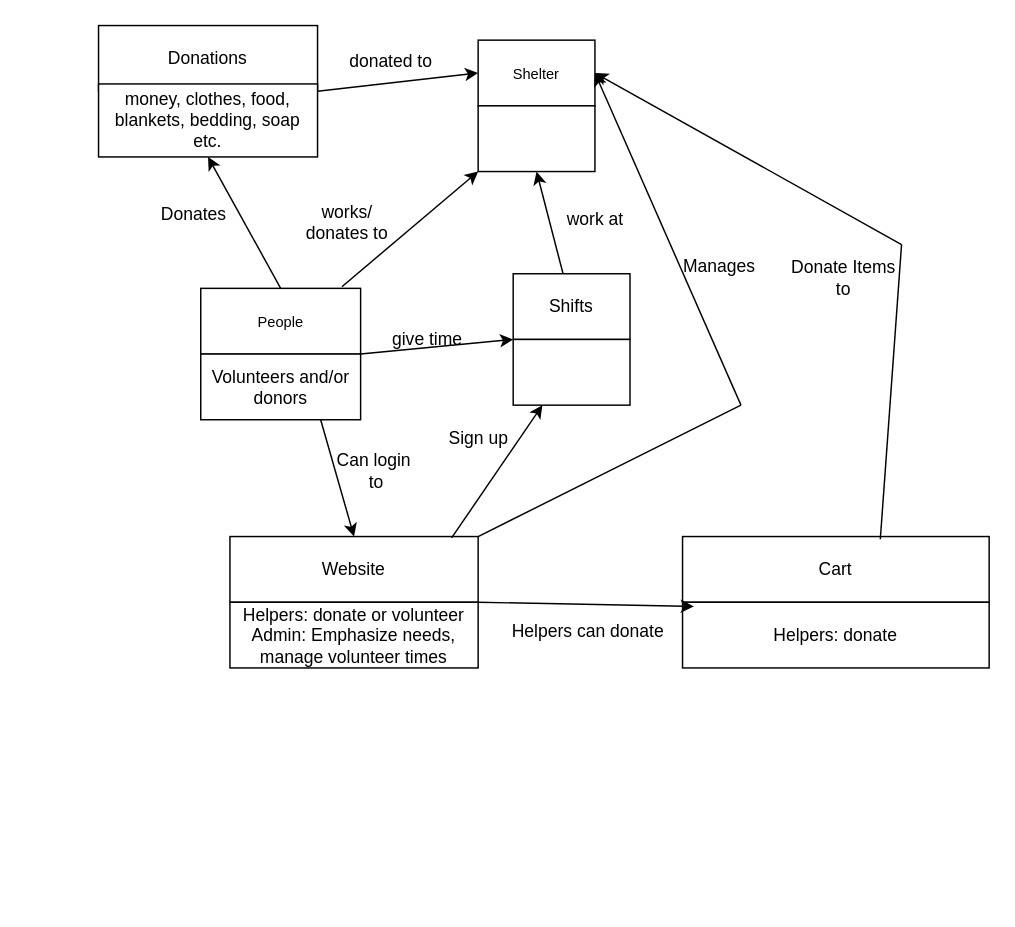
This is DomainAnalysis.drawio from Alex-A-Denny/SWEN-Group-Project, a draw.io file, before an edit. Source tidied: cells renumbered, new cells numbered last; positions are measured from the earlier drawing's top-left corner, leaving out a move shared by most shapes. Both pictures are drawn from the tidied source at 146%, with x=0, y=0 at pixel (98, 25).
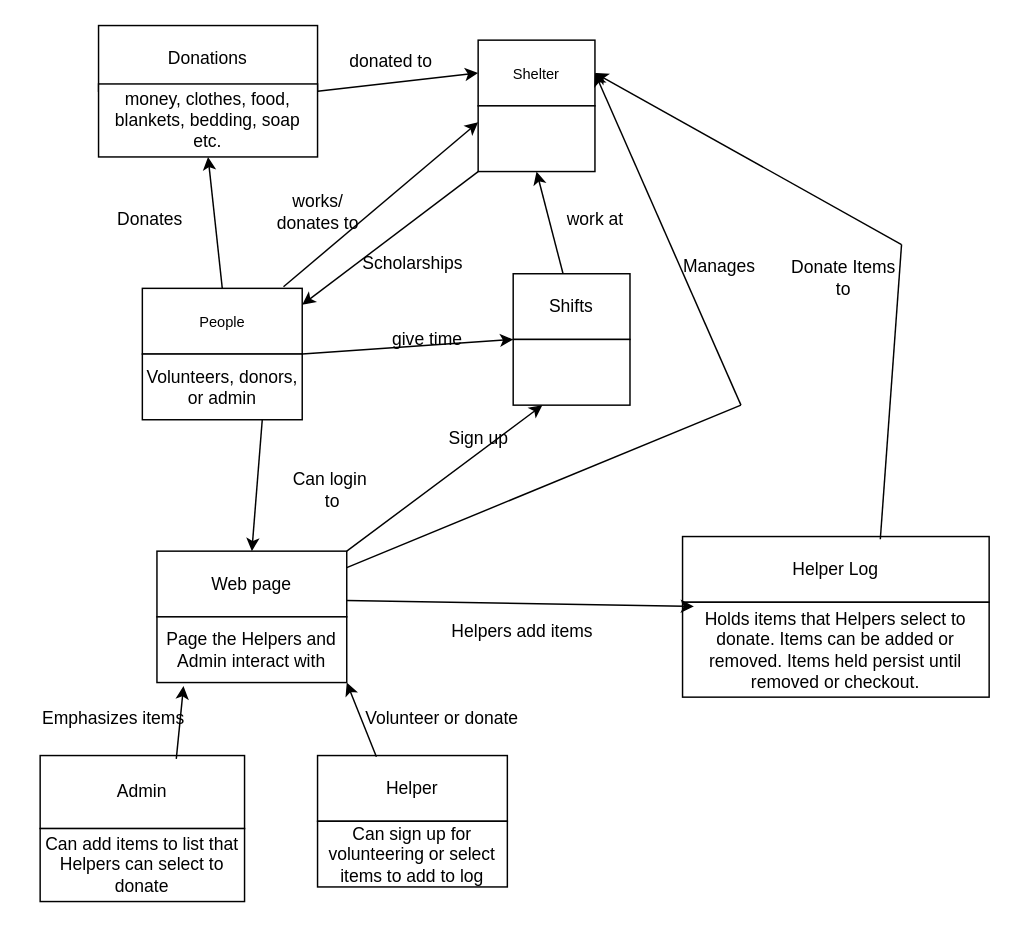
Above is the later version.

Unchanged cells that the change refers to:
```xml
<mxCell id="4" style="rounded=0;whiteSpace=wrap;html=1;" parent="2" vertex="1">
  <mxGeometry y="45" width="80" height="45" as="geometry" />
</mxCell>
<mxCell id="6" value="&lt;font size=&quot;1&quot;&gt;People&lt;/font&gt;" style="rounded=0;whiteSpace=wrap;html=1;" parent="5" vertex="1">
  <mxGeometry width="109.5" height="45" as="geometry" />
</mxCell>
<mxCell id="12" style="rounded=0;whiteSpace=wrap;html=1;" parent="10" vertex="1">
  <mxGeometry y="45" width="80" height="45" as="geometry" />
</mxCell>
```

Diff of the diagram source:
```diff
@@
     <mxCell id="5" style="group;" parent="1" vertex="1">
-      <mxGeometry x="70" y="180" width="130" height="90" as="geometry" />
+      <mxGeometry x="30" y="180" width="130" height="90" as="geometry" />
     </mxCell>
@@
-    <mxCell id="7" value="Volunteers and/or donors" style="rounded=0;whiteSpace=wrap;html=1;" parent="5" vertex="1">
+    <mxCell id="7" value="Volunteers, donors, or admin" style="rounded=0;whiteSpace=wrap;html=1;" parent="5" vertex="1">
       <mxGeometry y="45" width="109.5" height="45" as="geometry" />
     </mxCell>
-    <mxCell id="8" style="endArrow=classic;html=1;rounded=0;exitX=0.883;exitY=-0.025;exitDx=0;exitDy=0;exitPerimeter=0;" parent="1" edge="1" source="6">
-      <mxGeometry relative="1" as="geometry">
-        <mxPoint x="260" y="100" as="targetPoint" />
-      </mxGeometry>
+    <mxCell id="8" style="endArrow=classic;html=1;rounded=0;exitX=0.883;exitY=-0.025;exitDx=0;exitDy=0;exitPerimeter=0;entryX=0;entryY=0.25;entryDx=0;entryDy=0;" parent="1" edge="1" source="6" target="4">
+      <mxGeometry relative="1" as="geometry" />
     </mxCell>
     <mxCell id="9" value="works/&lt;br&gt;donates to" style="text;html=1;align=center;verticalAlign=middle;strokeColor=none;fillColor=none;" parent="1" vertex="1">
-      <mxGeometry x="130" y="115" width="80" height="40" as="geometry" />
+      <mxGeometry x="110" y="108" width="80" height="40" as="geometry" />
     </mxCell>
@@
     <mxCell id="17" value="Donates" style="text;html=1;align=center;verticalAlign=middle;strokeColor=none;fillColor=none;" parent="1" vertex="1">
-      <mxGeometry x="30" y="115" width="70" height="30" as="geometry" />
+      <mxGeometry y="118" width="70" height="30" as="geometry" />
     </mxCell>
@@
-    <mxCell id="24" style="group;" parent="1" vertex="1">
-      <mxGeometry x="90" y="350" width="170" height="90" as="geometry" />
-    </mxCell>
-    <mxCell id="25" value="Website" style="rounded=0;whiteSpace=wrap;html=1;" parent="24" vertex="1">
-      <mxGeometry width="170" height="45" as="geometry" />
-    </mxCell>
-    <mxCell id="26" value="Helpers: donate or volunteer&lt;br style=&quot;border-color: var(--border-color);&quot;&gt;Admin: Emphasize needs, manage volunteer times" style="rounded=0;whiteSpace=wrap;html=1;" parent="24" vertex="1">
-      <mxGeometry y="45" width="170" height="45" as="geometry" />
-    </mxCell>
-    <mxCell id="27" style="endArrow=classic;html=1;rounded=0;exitX=0.75;exitY=1;exitDx=0;exitDy=0;entryX=0.5;entryY=0;entryDx=0;entryDy=0;" parent="1" edge="1" source="7" target="25">
+    <mxCell id="27" style="endArrow=classic;html=1;rounded=0;exitX=0.75;exitY=1;exitDx=0;exitDy=0;entryX=0.5;entryY=0;entryDx=0;entryDy=0;" parent="1" edge="1" source="7" target="45">
       <mxGeometry relative="1" as="geometry" />
     </mxCell>
     <mxCell id="28" value="Can login&amp;nbsp;&lt;br&gt;to" style="text;html=1;align=center;verticalAlign=middle;strokeColor=none;fillColor=none;" parent="1" vertex="1">
-      <mxGeometry x="150" y="285" width="80" height="40" as="geometry" />
+      <mxGeometry x="120" y="298" width="80" height="40" as="geometry" />
     </mxCell>
     <mxCell id="29" style="group;" parent="1" vertex="1">
-      <mxGeometry x="400" y="350" width="210" height="90" as="geometry" />
+      <mxGeometry x="400" y="350" width="210" height="110" as="geometry" />
     </mxCell>
-    <mxCell id="30" value="Cart" style="rounded=0;whiteSpace=wrap;html=1;" parent="29" vertex="1">
+    <mxCell id="30" value="Helper Log" style="rounded=0;whiteSpace=wrap;html=1;" parent="29" vertex="1">
       <mxGeometry width="210" height="45" as="geometry" />
     </mxCell>
-    <mxCell id="31" value="Helpers: donate" style="rounded=0;whiteSpace=wrap;html=1;" parent="29" vertex="1">
-      <mxGeometry y="45" width="210" height="45" as="geometry" />
+    <mxCell id="31" value="Holds items that Helpers select to donate. Items can be added or removed. Items held persist until removed or checkout." style="rounded=0;whiteSpace=wrap;html=1;" parent="29" vertex="1">
+      <mxGeometry y="45" width="210" height="65" as="geometry" />
     </mxCell>
-    <mxCell id="32" style="endArrow=classic;html=1;rounded=0;exitX=1;exitY=0;exitDx=0;exitDy=0;entryX=0.037;entryY=1.064;entryDx=0;entryDy=0;entryPerimeter=0;" parent="1" edge="1" source="26" target="30">
+    <mxCell id="32" style="endArrow=classic;html=1;rounded=0;exitX=1;exitY=0.75;exitDx=0;exitDy=0;entryX=0.037;entryY=1.064;entryDx=0;entryDy=0;entryPerimeter=0;" parent="1" edge="1" source="45" target="30">
       <mxGeometry relative="1" as="geometry" />
     </mxCell>
-    <mxCell id="33" value="Helpers can donate" style="text;html=1;align=center;verticalAlign=middle;strokeColor=none;fillColor=none;" parent="1" vertex="1">
-      <mxGeometry x="270" y="400" width="130" height="30" as="geometry" />
+    <mxCell id="33" value="Helpers add items" style="text;html=1;align=center;verticalAlign=middle;strokeColor=none;fillColor=none;" parent="1" vertex="1">
+      <mxGeometry x="230" y="400" width="120" height="30" as="geometry" />
     </mxCell>
@@
-    <mxCell id="35" style="endArrow=none;html=1;rounded=0;exitX=1;exitY=0;exitDx=0;exitDy=0;" parent="1" edge="1" source="25">
+    <mxCell id="35" style="endArrow=none;html=1;rounded=0;exitX=1;exitY=0.25;exitDx=0;exitDy=0;" parent="1" edge="1" source="45">
       <mxGeometry relative="1" as="geometry">
         <mxPoint x="440" y="260" as="targetPoint" />
       </mxGeometry>
     </mxCell>
@@
-    <mxCell id="40" style="endArrow=classic;html=1;rounded=0;exitX=0.893;exitY=0.021;exitDx=0;exitDy=0;exitPerimeter=0;entryX=0.25;entryY=1;entryDx=0;entryDy=0;" parent="1" edge="1" source="25" target="12">
+    <mxCell id="40" style="endArrow=classic;html=1;rounded=0;exitX=1;exitY=0;exitDx=0;exitDy=0;entryX=0.25;entryY=1;entryDx=0;entryDy=0;" parent="1" edge="1" source="45" target="12">
       <mxGeometry relative="1" as="geometry" />
     </mxCell>
@@
+    <mxCell id="42" style="endArrow=classic;html=1;rounded=0;exitX=0;exitY=1;exitDx=0;exitDy=0;entryX=1;entryY=0.25;entryDx=0;entryDy=0;" parent="1" edge="1" source="4" target="6">
+      <mxGeometry relative="1" as="geometry" />
+    </mxCell>
+    <mxCell id="43" value="Scholarships" style="text;html=1;align=center;verticalAlign=middle;strokeColor=none;fillColor=none;" parent="1" vertex="1">
+      <mxGeometry x="170" y="148" width="90" height="30" as="geometry" />
+    </mxCell>
+    <mxCell id="44" style="group;" parent="1" vertex="1">
+      <mxGeometry x="40" y="360" width="130" height="90" as="geometry" />
+    </mxCell>
+    <mxCell id="45" value="Web page" style="rounded=0;whiteSpace=wrap;html=1;" parent="44" vertex="1">
+      <mxGeometry width="130" height="45" as="geometry" />
+    </mxCell>
+    <mxCell id="46" value="Page the Helpers and Admin interact with" style="rounded=0;whiteSpace=wrap;html=1;" parent="44" vertex="1">
+      <mxGeometry y="45" width="130" height="45" as="geometry" />
+    </mxCell>
+    <mxCell id="47" style="group;" parent="1" vertex="1">
+      <mxGeometry x="150" y="500" width="130" height="90" as="geometry" />
+    </mxCell>
+    <mxCell id="48" value="Helper" style="rounded=0;whiteSpace=wrap;html=1;" parent="47" vertex="1">
+      <mxGeometry width="130" height="45" as="geometry" />
+    </mxCell>
+    <mxCell id="49" value="Can sign up for volunteering or select items to add to log" style="rounded=0;whiteSpace=wrap;html=1;" parent="47" vertex="1">
+      <mxGeometry y="45" width="130" height="45" as="geometry" />
+    </mxCell>
+    <mxCell id="50" style="group;" parent="1" vertex="1">
+      <mxGeometry x="-40" y="500" width="140" height="100" as="geometry" />
+    </mxCell>
+    <mxCell id="51" value="Admin" style="rounded=0;whiteSpace=wrap;html=1;" parent="50" vertex="1">
+      <mxGeometry width="140" height="50" as="geometry" />
+    </mxCell>
+    <mxCell id="52" value="Can add items to list that Helpers can select to donate" style="rounded=0;whiteSpace=wrap;html=1;" parent="50" vertex="1">
+      <mxGeometry y="50" width="140" height="50" as="geometry" />
+    </mxCell>
+    <mxCell id="53" style="endArrow=classic;html=1;rounded=0;exitX=0.666;exitY=0.045;exitDx=0;exitDy=0;exitPerimeter=0;entryX=0.14;entryY=1.054;entryDx=0;entryDy=0;entryPerimeter=0;" parent="1" edge="1" source="51" target="46">
+      <mxGeometry relative="1" as="geometry" />
+    </mxCell>
+    <mxCell id="54" value="Emphasizes items" style="text;html=1;align=center;verticalAlign=middle;strokeColor=none;fillColor=none;" parent="1" vertex="1">
+      <mxGeometry x="-50" y="460" width="120" height="30" as="geometry" />
+    </mxCell>
+    <mxCell id="55" style="endArrow=classic;html=1;rounded=0;exitX=0.31;exitY=0.017;exitDx=0;exitDy=0;exitPerimeter=0;entryX=1;entryY=1;entryDx=0;entryDy=0;" parent="1" edge="1" source="48" target="46">
+      <mxGeometry relative="1" as="geometry" />
+    </mxCell>
+    <mxCell id="56" value="Volunteer or donate" style="text;html=1;align=center;verticalAlign=middle;strokeColor=none;fillColor=none;" parent="1" vertex="1">
+      <mxGeometry x="170" y="460" width="130" height="30" as="geometry" />
+    </mxCell>
```
